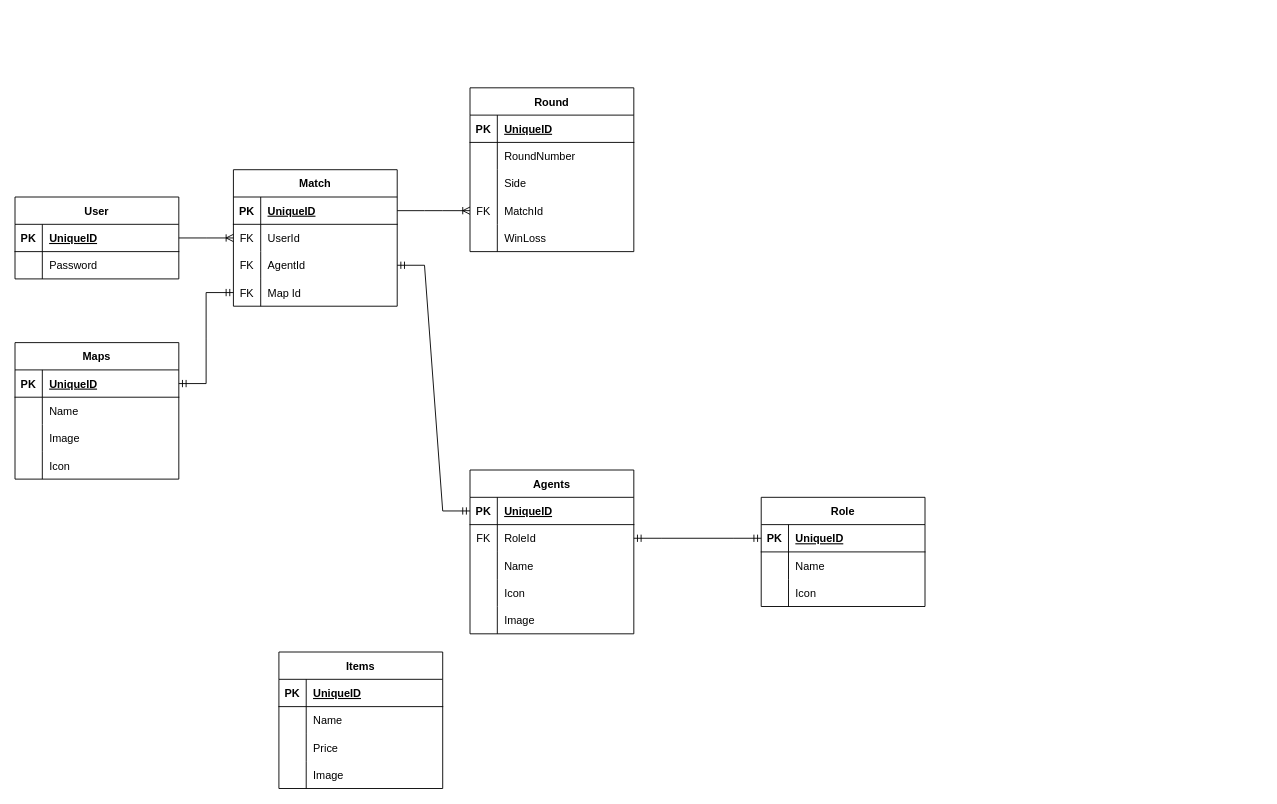
Before: ERD/Valorant Data Model.drawio in Sckorpeo/project_elephant, a draw.io diagram. Source tidied: cells renumbered, new cells numbered last; positions are measured from the earlier drawing's top-left corner, leaving out a move shared by most shapes. Both pictures are drawn from the tidied source at 91%, with x=0, y=0 at pixel (15, 87).
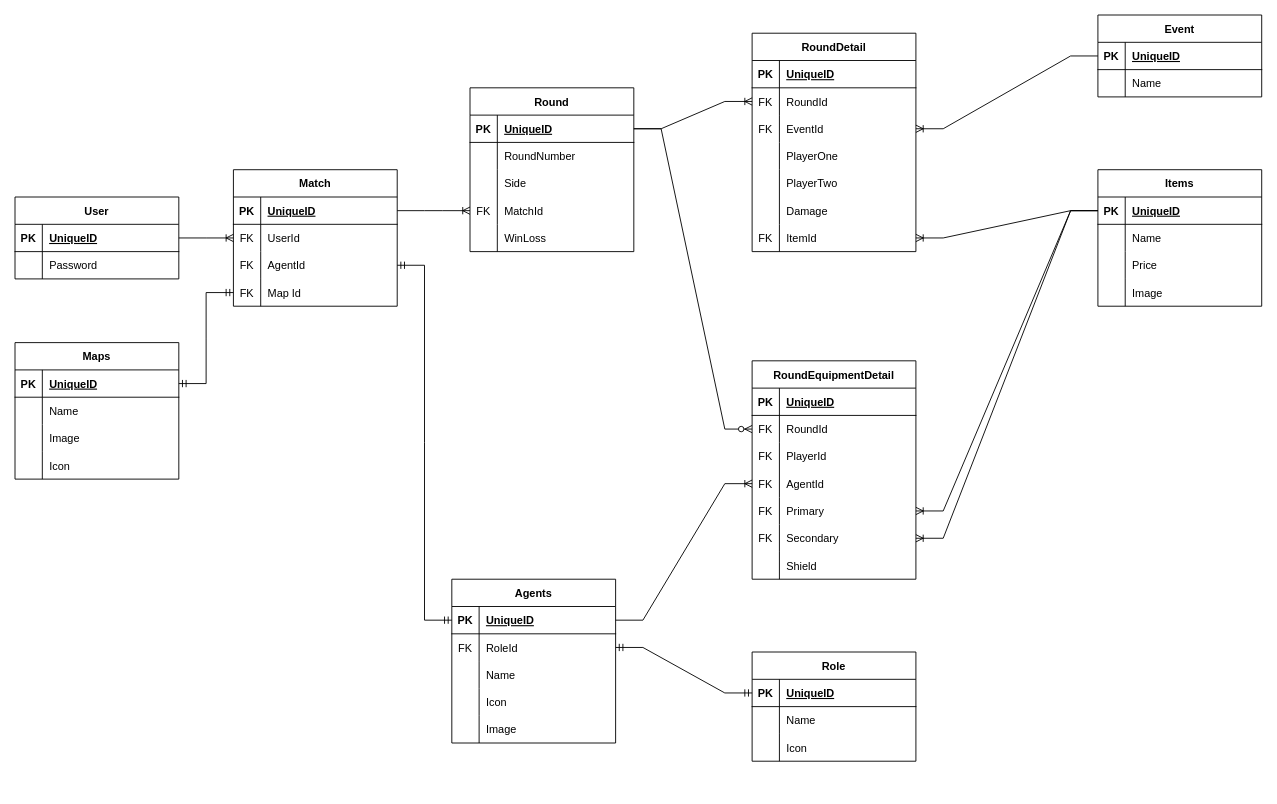
Above is the later version.

Unchanged cells that the change refers to:
```xml
<mxCell id="16" style="shape=tableRow;horizontal=0;startSize=0;swimlaneHead=0;swimlaneBody=0;fillColor=none;points=[[0,0.5],[1,0.5]];portConstraint=eastwest;top=0;left=0;right=0;bottom=1;" parent="15" vertex="1">
  <mxGeometry y="30" width="180" height="30" as="geometry" />
</mxCell>
<mxCell id="66" style="shape=tableRow;horizontal=0;startSize=0;swimlaneHead=0;swimlaneBody=0;fillColor=none;points=[[0,0.5],[1,0.5]];portConstraint=eastwest;top=0;left=0;right=0;bottom=1;" parent="65" vertex="1">
  <mxGeometry y="30" width="180" height="30" as="geometry" />
</mxCell>
<mxCell id="83" style="shape=tableRow;horizontal=0;startSize=0;swimlaneHead=0;swimlaneBody=0;fillColor=none;points=[[0,0.5],[1,0.5]];portConstraint=eastwest;top=0;left=0;right=0;bottom=1;" parent="82" vertex="1">
  <mxGeometry y="30" width="180" height="30" as="geometry" />
</mxCell>
```

Diff of the diagram source:
```diff
@@
     <mxCell id="15" value="Agents" style="shape=table;startSize=30;childLayout=tableLayout;rowLines=0;fontStyle=1;align=center;" parent="1" vertex="1">
-      <mxGeometry x="500" y="420" width="180" height="180" as="geometry" />
+      <mxGeometry x="480" y="540" width="180" height="180" as="geometry" />
     </mxCell>
@@
     <mxCell id="31" value="Role" style="shape=table;startSize=30;childLayout=tableLayout;rowLines=0;fontStyle=1;align=center;" parent="1" vertex="1">
-      <mxGeometry x="820" y="450" width="180" height="120" as="geometry" />
+      <mxGeometry x="810" y="620" width="180" height="120" as="geometry" />
     </mxCell>
@@
     <mxCell id="82" value="Items" style="shape=table;startSize=30;childLayout=tableLayout;rowLines=0;fontStyle=1;align=center;" parent="1" vertex="1">
-      <mxGeometry x="290" y="620" width="180" height="150" as="geometry" />
+      <mxGeometry x="1190" y="90" width="180" height="150" as="geometry" />
     </mxCell>
@@
+    <mxCell id="95" value="RoundDetail" style="shape=table;startSize=30;childLayout=tableLayout;rowLines=0;fontStyle=1;align=center;" parent="1" vertex="1">
+      <mxGeometry x="810" y="-60" width="180" height="240" as="geometry" />
+    </mxCell>
+    <mxCell id="96" style="shape=tableRow;horizontal=0;startSize=0;swimlaneHead=0;swimlaneBody=0;fillColor=none;top=0;left=0;right=0;bottom=1;" parent="95" vertex="1">
+      <mxGeometry y="30" width="180" height="30" as="geometry" />
+    </mxCell>
+    <mxCell id="97" value="PK" style="shape=partialRectangle;fillColor=none;top=0;left=0;bottom=0;right=0;fontStyle=1;overflow=hidden;" parent="96" vertex="1">
+      <mxGeometry width="30" height="30" as="geometry" />
+    </mxCell>
+    <mxCell id="98" value="UniqueID" style="shape=partialRectangle;fillColor=none;top=0;left=0;bottom=0;right=0;align=left;spacingLeft=6;fontStyle=5;overflow=hidden;" parent="96" vertex="1">
+      <mxGeometry x="30" width="150" height="30" as="geometry" />
+    </mxCell>
+    <mxCell id="99" style="shape=tableRow;horizontal=0;startSize=0;swimlaneHead=0;swimlaneBody=0;fillColor=none;points=[[0,0.5],[1,0.5]];portConstraint=eastwest;top=0;left=0;right=0;bottom=0;" parent="95" vertex="1">
+      <mxGeometry y="60" width="180" height="30" as="geometry" />
+    </mxCell>
+    <mxCell id="100" value="FK" style="shape=partialRectangle;fillColor=none;top=0;left=0;bottom=0;right=0;overflow=hidden;" parent="99" vertex="1">
+      <mxGeometry width="30" height="30" as="geometry" />
+    </mxCell>
+    <mxCell id="101" value="RoundId" style="shape=partialRectangle;fillColor=none;top=0;left=0;bottom=0;right=0;align=left;spacingLeft=6;overflow=hidden;" parent="99" vertex="1">
+      <mxGeometry x="30" width="150" height="30" as="geometry" />
+    </mxCell>
+    <mxCell id="102" style="shape=tableRow;horizontal=0;startSize=0;swimlaneHead=0;swimlaneBody=0;fillColor=none;points=[[0,0.5],[1,0.5]];portConstraint=eastwest;top=0;left=0;right=0;bottom=0;" parent="95" vertex="1">
+      <mxGeometry y="90" width="180" height="30" as="geometry" />
+    </mxCell>
+    <mxCell id="103" value="FK" style="shape=partialRectangle;fillColor=none;top=0;left=0;bottom=0;right=0;overflow=hidden;" parent="102" vertex="1">
+      <mxGeometry width="30" height="30" as="geometry" />
+    </mxCell>
+    <mxCell id="104" value="EventId" style="shape=partialRectangle;fillColor=none;top=0;left=0;bottom=0;right=0;align=left;spacingLeft=6;overflow=hidden;" parent="102" vertex="1">
+      <mxGeometry x="30" width="150" height="30" as="geometry" />
+    </mxCell>
+    <mxCell id="105" style="shape=tableRow;horizontal=0;startSize=0;swimlaneHead=0;swimlaneBody=0;fillColor=none;top=0;left=0;right=0;bottom=0;" parent="95" vertex="1">
+      <mxGeometry y="120" width="180" height="30" as="geometry" />
+    </mxCell>
+    <mxCell id="106" style="shape=partialRectangle;fillColor=none;top=0;left=0;bottom=0;right=0;overflow=hidden;" parent="105" vertex="1">
+      <mxGeometry width="30" height="30" as="geometry" />
+    </mxCell>
+    <mxCell id="107" value="PlayerOne" style="shape=partialRectangle;fillColor=none;top=0;left=0;bottom=0;right=0;align=left;spacingLeft=6;overflow=hidden;" parent="105" vertex="1">
+      <mxGeometry x="30" width="150" height="30" as="geometry" />
+    </mxCell>
+    <mxCell id="108" style="shape=tableRow;horizontal=0;startSize=0;swimlaneHead=0;swimlaneBody=0;fillColor=none;top=0;left=0;right=0;bottom=0;" parent="95" vertex="1">
+      <mxGeometry y="150" width="180" height="30" as="geometry" />
+    </mxCell>
+    <mxCell id="109" style="shape=partialRectangle;fillColor=none;top=0;left=0;bottom=0;right=0;overflow=hidden;" parent="108" vertex="1">
+      <mxGeometry width="30" height="30" as="geometry" />
+    </mxCell>
+    <mxCell id="110" value="PlayerTwo" style="shape=partialRectangle;fillColor=none;top=0;left=0;bottom=0;right=0;align=left;spacingLeft=6;overflow=hidden;" parent="108" vertex="1">
+      <mxGeometry x="30" width="150" height="30" as="geometry" />
+    </mxCell>
+    <mxCell id="111" style="shape=tableRow;horizontal=0;startSize=0;swimlaneHead=0;swimlaneBody=0;fillColor=none;top=0;left=0;right=0;bottom=0;" parent="95" vertex="1">
+      <mxGeometry y="180" width="180" height="30" as="geometry" />
+    </mxCell>
+    <mxCell id="112" style="shape=partialRectangle;fillColor=none;top=0;left=0;bottom=0;right=0;overflow=hidden;" parent="111" vertex="1">
+      <mxGeometry width="30" height="30" as="geometry" />
+    </mxCell>
+    <mxCell id="113" value="Damage" style="shape=partialRectangle;fillColor=none;top=0;left=0;bottom=0;right=0;align=left;spacingLeft=6;overflow=hidden;" parent="111" vertex="1">
+      <mxGeometry x="30" width="150" height="30" as="geometry" />
+    </mxCell>
+    <mxCell id="114" style="shape=tableRow;horizontal=0;startSize=0;swimlaneHead=0;swimlaneBody=0;fillColor=none;points=[[0,0.5],[1,0.5]];portConstraint=eastwest;top=0;left=0;right=0;bottom=0;" parent="95" vertex="1">
+      <mxGeometry y="210" width="180" height="30" as="geometry" />
+    </mxCell>
+    <mxCell id="115" value="FK" style="shape=partialRectangle;fillColor=none;top=0;left=0;bottom=0;right=0;overflow=hidden;" parent="114" vertex="1">
+      <mxGeometry width="30" height="30" as="geometry" />
+    </mxCell>
+    <mxCell id="116" value="ItemId" style="shape=partialRectangle;fillColor=none;top=0;left=0;bottom=0;right=0;align=left;spacingLeft=6;overflow=hidden;" parent="114" vertex="1">
+      <mxGeometry x="30" width="150" height="30" as="geometry" />
+    </mxCell>
+    <mxCell id="117" style="edgeStyle=entityRelationEdgeStyle;fontSize=12;html=1;endArrow=ERoneToMany;rounded=0;entryX=0;entryY=0.5;entryDx=0;entryDy=0;exitX=1;exitY=0.5;exitDx=0;exitDy=0;" parent="1" edge="1" source="66" target="99">
+      <mxGeometry relative="1" as="geometry" />
+    </mxCell>
+    <mxCell id="118" value="Event" style="shape=table;startSize=30;childLayout=tableLayout;rowLines=0;fontStyle=1;align=center;" parent="1" vertex="1">
+      <mxGeometry x="1190" y="-80" width="180" height="90" as="geometry" />
+    </mxCell>
+    <mxCell id="119" style="shape=tableRow;horizontal=0;startSize=0;swimlaneHead=0;swimlaneBody=0;fillColor=none;points=[[0,0.5],[1,0.5]];portConstraint=eastwest;top=0;left=0;right=0;bottom=1;" parent="118" vertex="1">
+      <mxGeometry y="30" width="180" height="30" as="geometry" />
+    </mxCell>
+    <mxCell id="120" value="PK" style="shape=partialRectangle;fillColor=none;top=0;left=0;bottom=0;right=0;fontStyle=1;overflow=hidden;" parent="119" vertex="1">
+      <mxGeometry width="30" height="30" as="geometry" />
+    </mxCell>
+    <mxCell id="121" value="UniqueID" style="shape=partialRectangle;fillColor=none;top=0;left=0;bottom=0;right=0;align=left;spacingLeft=6;fontStyle=5;overflow=hidden;" parent="119" vertex="1">
+      <mxGeometry x="30" width="150" height="30" as="geometry" />
+    </mxCell>
+    <mxCell id="122" style="shape=tableRow;horizontal=0;startSize=0;swimlaneHead=0;swimlaneBody=0;fillColor=none;top=0;left=0;right=0;bottom=0;" parent="118" vertex="1">
+      <mxGeometry y="60" width="180" height="30" as="geometry" />
+    </mxCell>
+    <mxCell id="123" style="shape=partialRectangle;fillColor=none;top=0;left=0;bottom=0;right=0;overflow=hidden;" parent="122" vertex="1">
+      <mxGeometry width="30" height="30" as="geometry" />
+    </mxCell>
+    <mxCell id="124" value="Name" style="shape=partialRectangle;fillColor=none;top=0;left=0;bottom=0;right=0;align=left;spacingLeft=6;overflow=hidden;" parent="122" vertex="1">
+      <mxGeometry x="30" width="150" height="30" as="geometry" />
+    </mxCell>
+    <mxCell id="125" style="edgeStyle=entityRelationEdgeStyle;fontSize=12;html=1;endArrow=ERoneToMany;rounded=0;entryX=1;entryY=0.5;entryDx=0;entryDy=0;exitX=0;exitY=0.5;exitDx=0;exitDy=0;" parent="1" edge="1" source="83" target="114">
+      <mxGeometry relative="1" as="geometry" />
+    </mxCell>
+    <mxCell id="126" value="RoundEquipmentDetail" style="shape=table;startSize=30;childLayout=tableLayout;rowLines=0;fontStyle=1;align=center;" parent="1" vertex="1">
+      <mxGeometry x="810" y="300" width="180" height="240" as="geometry" />
+    </mxCell>
+    <mxCell id="127" style="shape=tableRow;horizontal=0;startSize=0;swimlaneHead=0;swimlaneBody=0;fillColor=none;top=0;left=0;right=0;bottom=1;" parent="126" vertex="1">
+      <mxGeometry y="30" width="180" height="30" as="geometry" />
+    </mxCell>
+    <mxCell id="128" value="PK" style="shape=partialRectangle;fillColor=none;top=0;left=0;bottom=0;right=0;fontStyle=1;overflow=hidden;" parent="127" vertex="1">
+      <mxGeometry width="30" height="30" as="geometry" />
+    </mxCell>
+    <mxCell id="129" value="UniqueID" style="shape=partialRectangle;fillColor=none;top=0;left=0;bottom=0;right=0;align=left;spacingLeft=6;fontStyle=5;overflow=hidden;" parent="127" vertex="1">
+      <mxGeometry x="30" width="150" height="30" as="geometry" />
+    </mxCell>
+    <mxCell id="130" style="shape=tableRow;horizontal=0;startSize=0;swimlaneHead=0;swimlaneBody=0;fillColor=none;points=[[0,0.5],[1,0.5]];portConstraint=eastwest;top=0;left=0;right=0;bottom=0;" parent="126" vertex="1">
+      <mxGeometry y="60" width="180" height="30" as="geometry" />
+    </mxCell>
+    <mxCell id="131" value="FK" style="shape=partialRectangle;fillColor=none;top=0;left=0;bottom=0;right=0;overflow=hidden;" parent="130" vertex="1">
+      <mxGeometry width="30" height="30" as="geometry" />
+    </mxCell>
+    <mxCell id="132" value="RoundId" style="shape=partialRectangle;fillColor=none;top=0;left=0;bottom=0;right=0;align=left;spacingLeft=6;overflow=hidden;" parent="130" vertex="1">
+      <mxGeometry x="30" width="150" height="30" as="geometry" />
+    </mxCell>
+    <mxCell id="133" style="shape=tableRow;horizontal=0;startSize=0;swimlaneHead=0;swimlaneBody=0;fillColor=none;top=0;left=0;right=0;bottom=0;" parent="126" vertex="1">
+      <mxGeometry y="90" width="180" height="30" as="geometry" />
+    </mxCell>
+    <mxCell id="134" value="FK" style="shape=partialRectangle;fillColor=none;top=0;left=0;bottom=0;right=0;overflow=hidden;" parent="133" vertex="1">
+      <mxGeometry width="30" height="30" as="geometry" />
+    </mxCell>
+    <mxCell id="135" value="PlayerId" style="shape=partialRectangle;fillColor=none;top=0;left=0;bottom=0;right=0;align=left;spacingLeft=6;overflow=hidden;" parent="133" vertex="1">
+      <mxGeometry x="30" width="150" height="30" as="geometry" />
+    </mxCell>
+    <mxCell id="136" style="shape=tableRow;horizontal=0;startSize=0;swimlaneHead=0;swimlaneBody=0;fillColor=none;points=[[0,0.5],[1,0.5]];portConstraint=eastwest;top=0;left=0;right=0;bottom=0;" parent="126" vertex="1">
+      <mxGeometry y="120" width="180" height="30" as="geometry" />
+    </mxCell>
+    <mxCell id="137" value="FK" style="shape=partialRectangle;fillColor=none;top=0;left=0;bottom=0;right=0;overflow=hidden;" parent="136" vertex="1">
+      <mxGeometry width="30" height="30" as="geometry" />
+    </mxCell>
+    <mxCell id="138" value="AgentId" style="shape=partialRectangle;fillColor=none;top=0;left=0;bottom=0;right=0;align=left;spacingLeft=6;overflow=hidden;" parent="136" vertex="1">
+      <mxGeometry x="30" width="150" height="30" as="geometry" />
+    </mxCell>
+    <mxCell id="139" style="shape=tableRow;horizontal=0;startSize=0;swimlaneHead=0;swimlaneBody=0;fillColor=none;points=[[0,0.5],[1,0.5]];portConstraint=eastwest;top=0;left=0;right=0;bottom=0;" parent="126" vertex="1">
+      <mxGeometry y="150" width="180" height="30" as="geometry" />
+    </mxCell>
+    <mxCell id="140" value="FK" style="shape=partialRectangle;fillColor=none;top=0;left=0;bottom=0;right=0;overflow=hidden;" parent="139" vertex="1">
+      <mxGeometry width="30" height="30" as="geometry" />
+    </mxCell>
+    <mxCell id="141" value="Primary" style="shape=partialRectangle;fillColor=none;top=0;left=0;bottom=0;right=0;align=left;spacingLeft=6;overflow=hidden;" parent="139" vertex="1">
+      <mxGeometry x="30" width="150" height="30" as="geometry" />
+    </mxCell>
+    <mxCell id="142" style="shape=tableRow;horizontal=0;startSize=0;swimlaneHead=0;swimlaneBody=0;fillColor=none;points=[[0,0.5],[1,0.5]];portConstraint=eastwest;top=0;left=0;right=0;bottom=0;" parent="126" vertex="1">
+      <mxGeometry y="180" width="180" height="30" as="geometry" />
+    </mxCell>
+    <mxCell id="143" value="FK" style="shape=partialRectangle;fillColor=none;top=0;left=0;bottom=0;right=0;overflow=hidden;" parent="142" vertex="1">
+      <mxGeometry width="30" height="30" as="geometry" />
+    </mxCell>
+    <mxCell id="144" value="Secondary" style="shape=partialRectangle;fillColor=none;top=0;left=0;bottom=0;right=0;align=left;spacingLeft=6;overflow=hidden;" parent="142" vertex="1">
+      <mxGeometry x="30" width="150" height="30" as="geometry" />
+    </mxCell>
+    <mxCell id="145" style="shape=tableRow;horizontal=0;startSize=0;swimlaneHead=0;swimlaneBody=0;fillColor=none;top=0;left=0;right=0;bottom=0;" parent="126" vertex="1">
+      <mxGeometry y="210" width="180" height="30" as="geometry" />
+    </mxCell>
+    <mxCell id="146" style="shape=partialRectangle;fillColor=none;top=0;left=0;bottom=0;right=0;overflow=hidden;" parent="145" vertex="1">
+      <mxGeometry width="30" height="30" as="geometry" />
+    </mxCell>
+    <mxCell id="147" value="Shield" style="shape=partialRectangle;fillColor=none;top=0;left=0;bottom=0;right=0;align=left;spacingLeft=6;overflow=hidden;" parent="145" vertex="1">
+      <mxGeometry x="30" width="150" height="30" as="geometry" />
+    </mxCell>
+    <mxCell id="148" style="edgeStyle=entityRelationEdgeStyle;fontSize=12;html=1;endArrow=ERzeroToMany;endFill=1;rounded=0;exitX=1;exitY=0.5;exitDx=0;exitDy=0;entryX=0;entryY=0.5;entryDx=0;entryDy=0;" parent="1" edge="1" source="66" target="130">
+      <mxGeometry relative="1" as="geometry" />
+    </mxCell>
+    <mxCell id="149" style="edgeStyle=entityRelationEdgeStyle;fontSize=12;html=1;endArrow=ERoneToMany;rounded=0;entryX=0;entryY=0.5;entryDx=0;entryDy=0;exitX=1;exitY=0.5;exitDx=0;exitDy=0;" parent="1" edge="1" source="16" target="136">
+      <mxGeometry relative="1" as="geometry" />
+    </mxCell>
+    <mxCell id="150" style="edgeStyle=entityRelationEdgeStyle;fontSize=12;html=1;endArrow=ERoneToMany;rounded=0;entryX=1;entryY=0.5;entryDx=0;entryDy=0;exitX=0;exitY=0.5;exitDx=0;exitDy=0;" parent="1" edge="1" source="83" target="139">
+      <mxGeometry relative="1" as="geometry" />
+    </mxCell>
+    <mxCell id="151" style="edgeStyle=entityRelationEdgeStyle;fontSize=12;html=1;endArrow=ERoneToMany;rounded=0;entryX=1;entryY=0.5;entryDx=0;entryDy=0;exitX=0;exitY=0.5;exitDx=0;exitDy=0;" parent="1" edge="1" source="83" target="142">
+      <mxGeometry relative="1" as="geometry" />
+    </mxCell>
+    <mxCell id="152" style="edgeStyle=entityRelationEdgeStyle;fontSize=12;html=1;endArrow=ERoneToMany;rounded=0;exitX=0;exitY=0.5;exitDx=0;exitDy=0;entryX=1;entryY=0.5;entryDx=0;entryDy=0;" parent="1" edge="1" source="119" target="102">
+      <mxGeometry relative="1" as="geometry" />
+    </mxCell>
```
